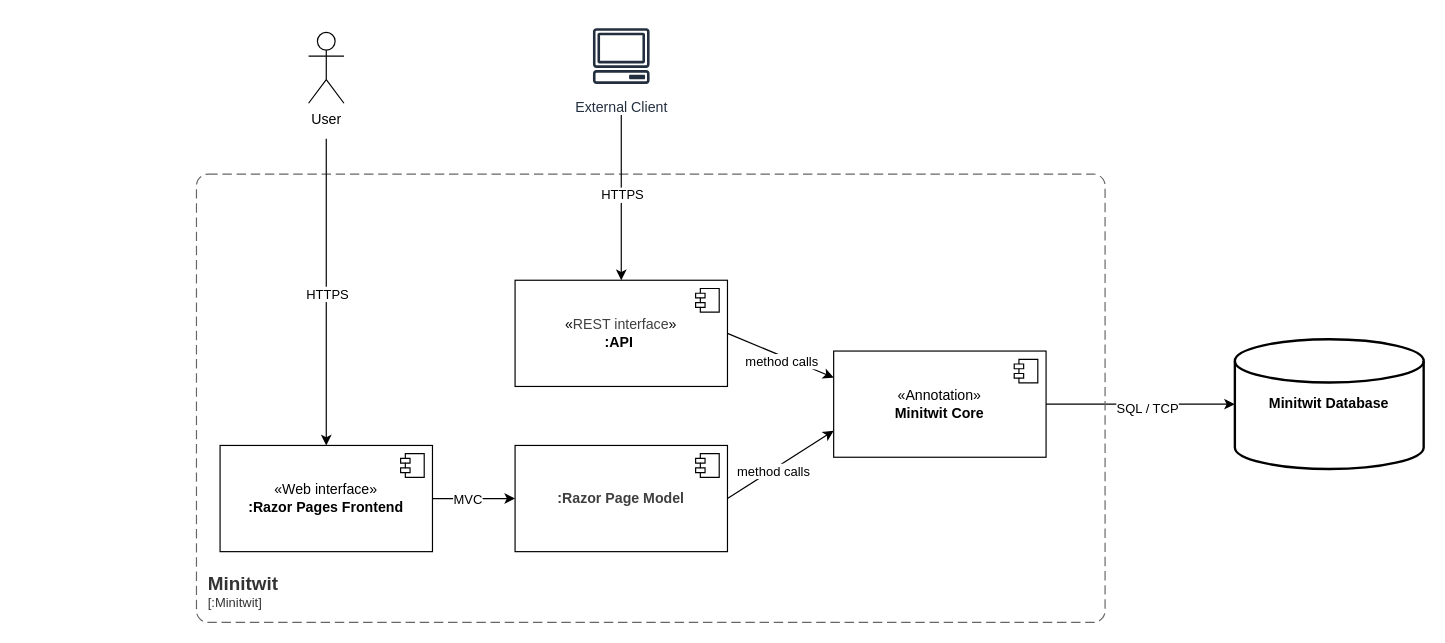
Before: report/diagrams/component_and_connector_diagram_horizontal.drawio in ITU-DevOps2026/ITU-minitwit, a draw.io diagram. Source tidied: cells renumbered, new cells numbered last; positions are measured from the earlier drawing's top-left corner, leaving out a move shared by most shapes. Both pictures are drawn from the tidied source at 118%, with x=0, y=0 at pixel (196, 20).
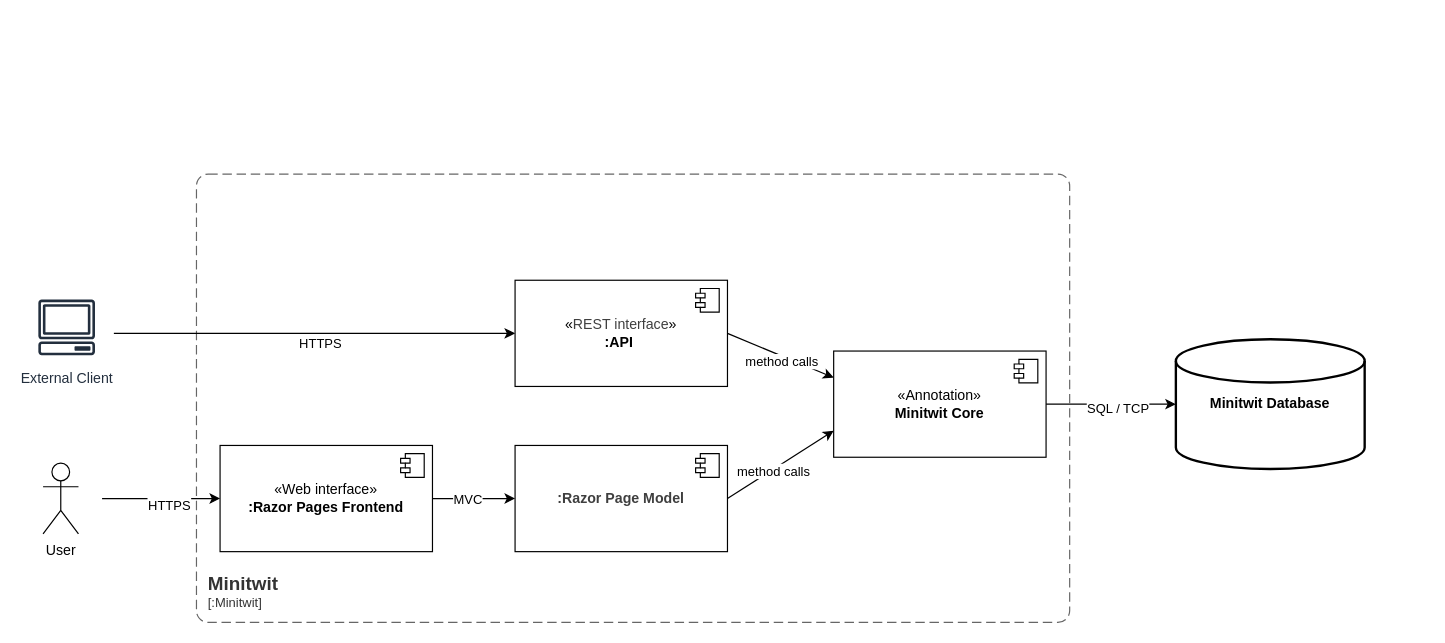
Above is the later version.

Commit message:
Moved External Client and User to the left side for horizontal diagram

Unchanged cells that the change refers to:
```xml
<mxCell id="4" value="&lt;span style=&quot;color: rgb(0, 0, 0);&quot;&gt;«&lt;/span&gt;Web interface&lt;span style=&quot;color: rgb(0, 0, 0);&quot;&gt;»&lt;/span&gt;&lt;br&gt;&lt;b&gt;:Razor Pages Frontend&lt;/b&gt;" style="html=1;whiteSpace=wrap;" parent="1" vertex="1">
  <mxGeometry x="20" y="360" width="180" height="90" as="geometry" />
</mxCell>
<mxCell id="8" value="&lt;div&gt;&lt;div style=&quot;scrollbar-color: rgb(226, 226, 226) rgb(251, 251, 251); color: rgb(63, 63, 63);&quot;&gt;&lt;span style=&quot;scrollbar-color: rgb(226, 226, 226) rgb(251, 251, 251); background-color: transparent; color: rgb(0, 0, 0);&quot;&gt;«&lt;/span&gt;REST interface&lt;span style=&quot;scrollbar-color: rgb(226, 226, 226) rgb(251, 251, 251); background-color: transparent; color: rgb(0, 0, 0);&quot;&gt;»&lt;/span&gt;&lt;/div&gt;&lt;b style=&quot;scrollbar-color: rgb(226, 226, 226) rgb(251, 251, 251); color: rgb(63, 63, 63);&quot;&gt;&lt;/b&gt;&lt;/div&gt;&lt;div&gt;&lt;b style=&quot;background-color: transparent;&quot;&gt;:API&amp;nbsp;&lt;/b&gt;&lt;/div&gt;" style="html=1;whiteSpace=wrap;" parent="1" vertex="1">
  <mxGeometry x="270" y="220" width="180" height="90" as="geometry" />
</mxCell>
```

The edit, as a diff of the source:
```diff
@@
     <mxCell id="16" value="&lt;b&gt;Minitwit Database&lt;/b&gt;" style="strokeWidth=2;html=1;shape=mxgraph.flowchart.database;whiteSpace=wrap;" parent="1" vertex="1">
-      <mxGeometry x="880" y="270" width="160" height="110" as="geometry" />
+      <mxGeometry x="830" y="270" width="160" height="110" as="geometry" />
     </mxCell>
     <object id="17" label="&lt;font style=&quot;font-size: 16px&quot;&gt;&lt;b&gt;&lt;div style=&quot;text-align: left&quot;&gt;%c4Name%&lt;/div&gt;&lt;/b&gt;&lt;/font&gt;&lt;div style=&quot;text-align: left&quot;&gt;[%c4Application%]&lt;/div&gt;" c4Application=":Minitwit" c4Name="Minitwit" placeholders="1">
       <mxCell style="rounded=1;fontSize=11;whiteSpace=wrap;html=1;dashed=1;arcSize=20;fillColor=none;strokeColor=#666666;fontColor=#333333;labelBackgroundColor=none;align=left;verticalAlign=bottom;labelBorderColor=none;spacingTop=0;spacing=10;dashPattern=8 4;perimeter=rectanglePerimeter;noLabel=0;labelPadding=0;absoluteArcSize=1;" parent="1" vertex="1">
-        <mxGeometry y="130" width="770" height="380" as="geometry" />
+        <mxGeometry y="130" width="740" height="380" as="geometry" />
       </mxCell>
     </object>
@@
-    <mxCell id="20" style="edgeStyle=none;html=1;entryX=0.5;entryY=0;entryDx=0;entryDy=0;" parent="1" edge="1" target="8">
+    <mxCell id="20" style="edgeStyle=none;html=1;entryX=0;entryY=0.5;entryDx=0;entryDy=0;" parent="1" edge="1" target="8">
       <mxGeometry relative="1" as="geometry">
-        <mxPoint x="360" y="80" as="sourcePoint" />
+        <mxPoint x="-70" y="265" as="sourcePoint" />
       </mxGeometry>
     </mxCell>
@@
     <mxCell id="22" value="External Client" style="sketch=0;fontColor=#232F3E;gradientColor=none;strokeColor=#232F3E;fillColor=#ffffff;dashed=0;verticalLabelPosition=bottom;verticalAlign=top;align=center;html=1;fontSize=12;fontStyle=0;shape=mxgraph.aws4.resourceIcon;resIcon=mxgraph.aws4.client;" parent="1" vertex="1">
-      <mxGeometry x="330" width="60" height="60" as="geometry" />
+      <mxGeometry x="-140" y="230" width="60" height="60" as="geometry" />
     </mxCell>
-    <mxCell id="23" style="edgeStyle=none;html=1;" parent="1" edge="1" target="4">
+    <mxCell id="23" style="edgeStyle=none;html=1;entryX=0;entryY=0.5;entryDx=0;entryDy=0;" parent="1" edge="1" target="4">
       <mxGeometry relative="1" as="geometry">
-        <mxPoint x="110" y="100" as="sourcePoint" />
+        <mxPoint x="-80" y="405" as="sourcePoint" />
       </mxGeometry>
     </mxCell>
@@
     <mxCell id="25" value="User" style="shape=umlActor;verticalLabelPosition=bottom;verticalAlign=top;html=1;" parent="1" vertex="1">
-      <mxGeometry x="95" y="10" width="30" height="60" as="geometry" />
+      <mxGeometry x="-130" y="375" width="30" height="60" as="geometry" />
     </mxCell>
```
